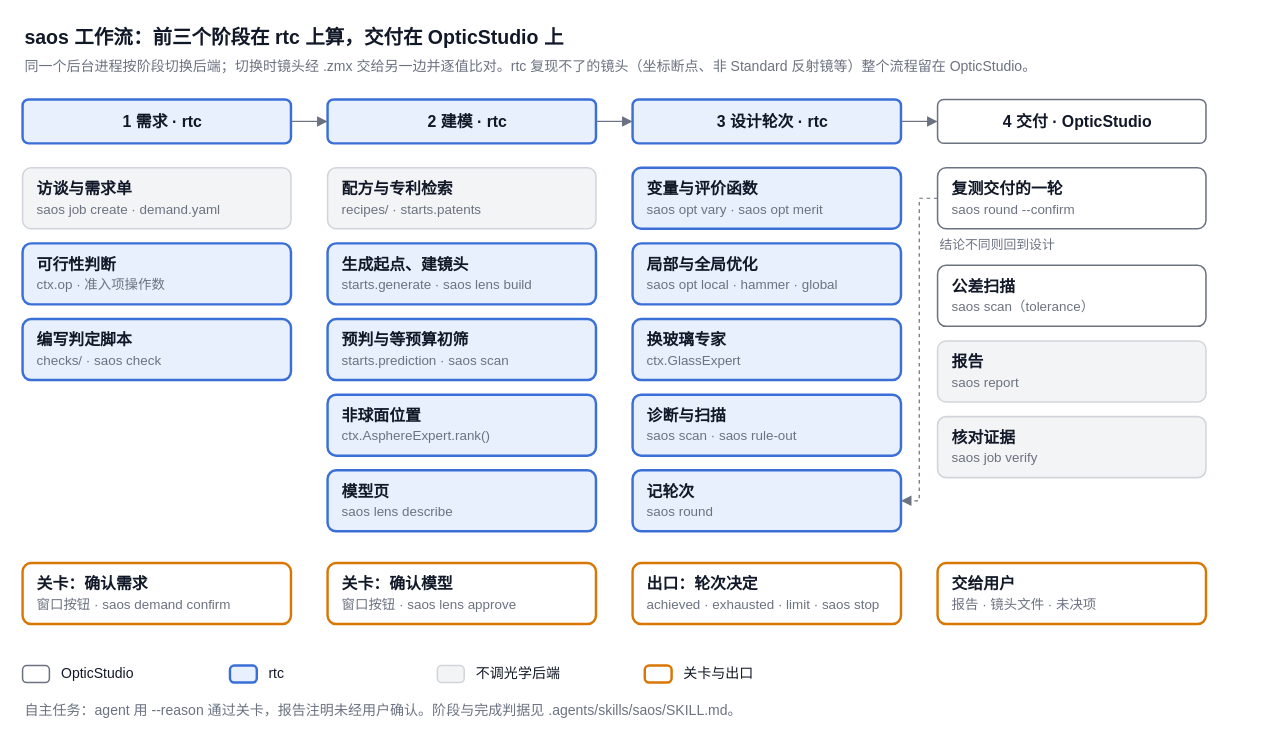
The draw.io diagram docs/workflow.drawio in Cyli00/saos, before the edit. Source tidied: cells renumbered, new cells numbered last; positions are measured from the earlier drawing's top-left corner, leaving out a move shared by most shapes. Both pictures are drawn from the tidied source at 122%, with x=0, y=0 at pixel (22, 21).
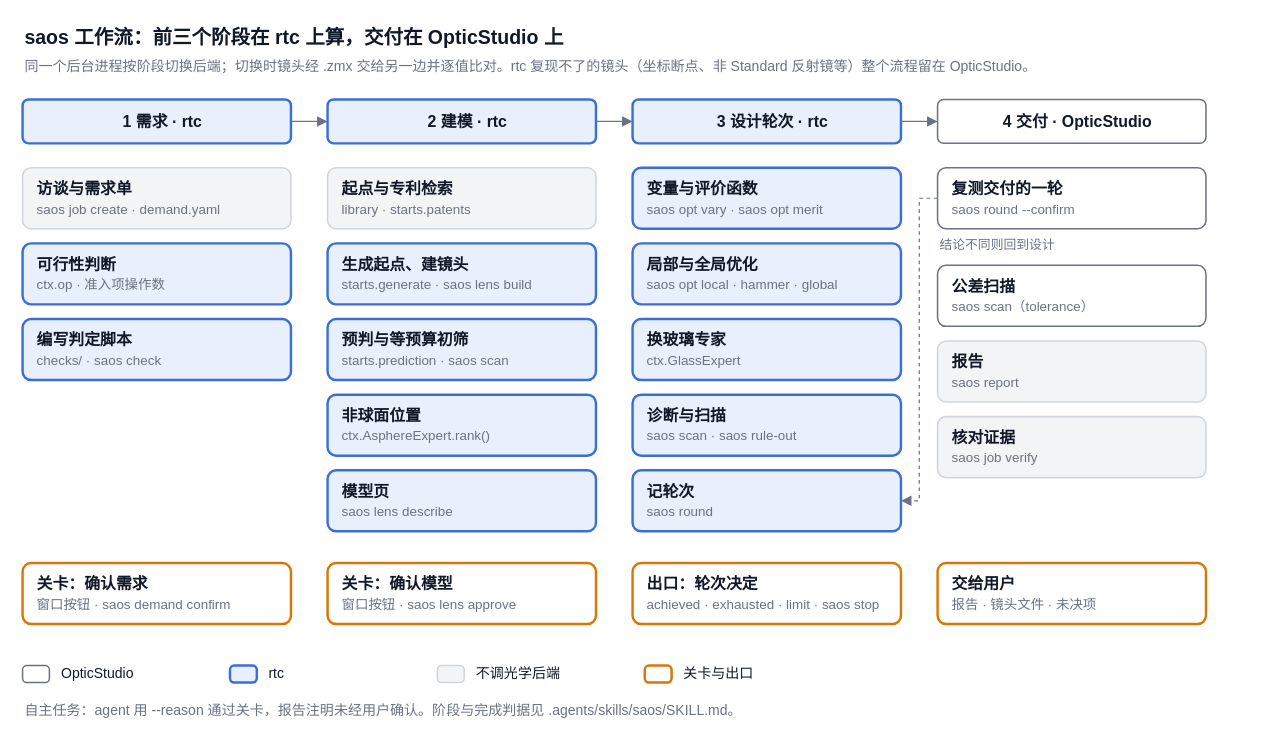
The same diagram, later.

Change to the diagram source:
```diff
@@
-    <mxCell id="10" value="&lt;b&gt;配方与专利检索&lt;/b&gt;&lt;br&gt;&lt;font style=&quot;font-size:11px&quot; color=&quot;#6B7280&quot;&gt;recipes/ · starts.patents&lt;/font&gt;" style="rounded=1;arcSize=14;whiteSpace=wrap;html=1;align=left;verticalAlign=middle;spacingLeft=10;fontSize=13;fontColor=#111827;fillColor=#F3F4F6;strokeColor=#D1D5DB;strokeWidth=1.25;" parent="1" vertex="1">
+    <mxCell id="10" value="&lt;b&gt;起点与专利检索&lt;/b&gt;&lt;br&gt;&lt;font style=&quot;font-size:11px&quot; color=&quot;#6B7280&quot;&gt;library · starts.patents&lt;/font&gt;" style="rounded=1;arcSize=14;whiteSpace=wrap;html=1;align=left;verticalAlign=middle;spacingLeft=10;fontSize=13;fontColor=#111827;fillColor=#F3F4F6;strokeColor=#D1D5DB;strokeWidth=1.25;" parent="1" vertex="1">
       <mxGeometry x="250" y="120" width="220" height="50" as="geometry" />
     </mxCell>
```
